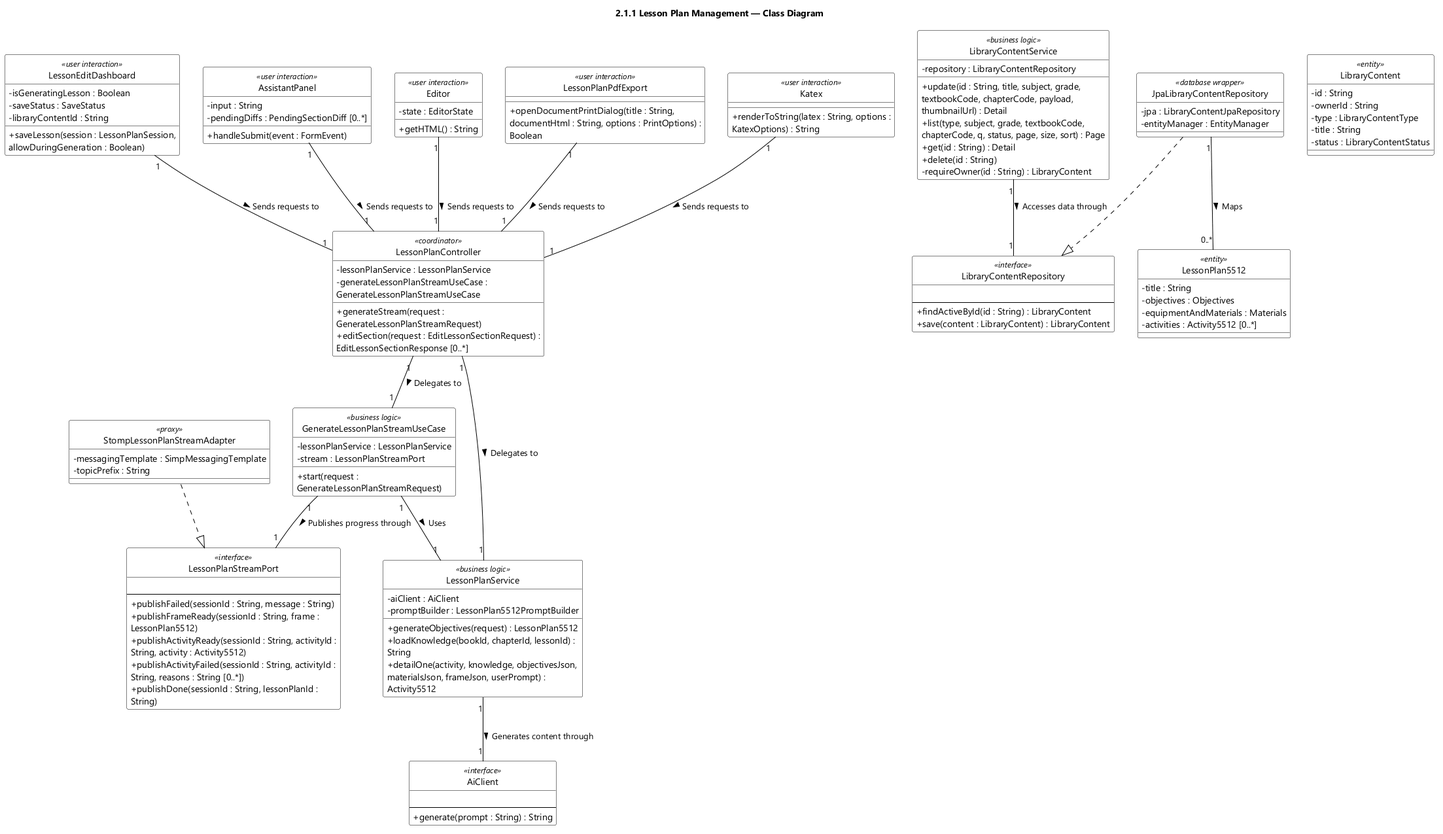
EduA-system/EduA-system keeps this PlantUML diagram as designs/sds-diagrams/feat01/feat01-class-diagram.png. Above is the earlier version.
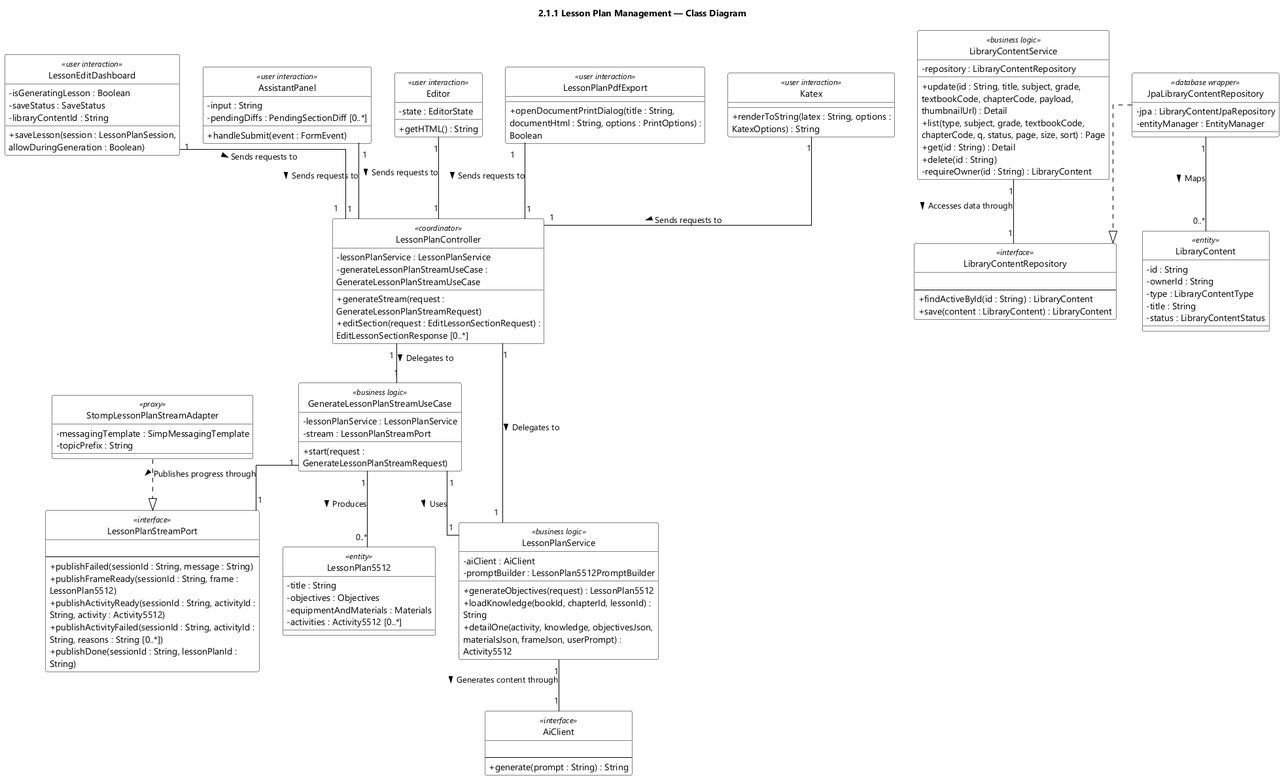
The same file after the commit.

Change to the diagram source:
```diff
@@ -7,6 +7,7 @@
 skinparam classBorderColor #000000
 skinparam ArrowColor #000000
 skinparam classAttributeIconSize 0
+skinparam linetype ortho
 hide circle
 title 2.1.1 Lesson Plan Management — Class Diagram
 class LessonPlanController <<coordinator>> {
@@ -126,6 +127,7 @@
 Katex "1" -- "1" LessonPlanController : Sends requests to >
 StompLessonPlanStreamAdapter ..|> LessonPlanStreamPort
 JpaLibraryContentRepository ..|> LibraryContentRepository
-JpaLibraryContentRepository "1" -- "0..*" LessonPlan5512 : Maps >
+JpaLibraryContentRepository "1" -- "0..*" LibraryContent : Maps >
+GenerateLessonPlanStreamUseCase "1" -- "0..*" LessonPlan5512 : Produces >
 
 @enduml
```
